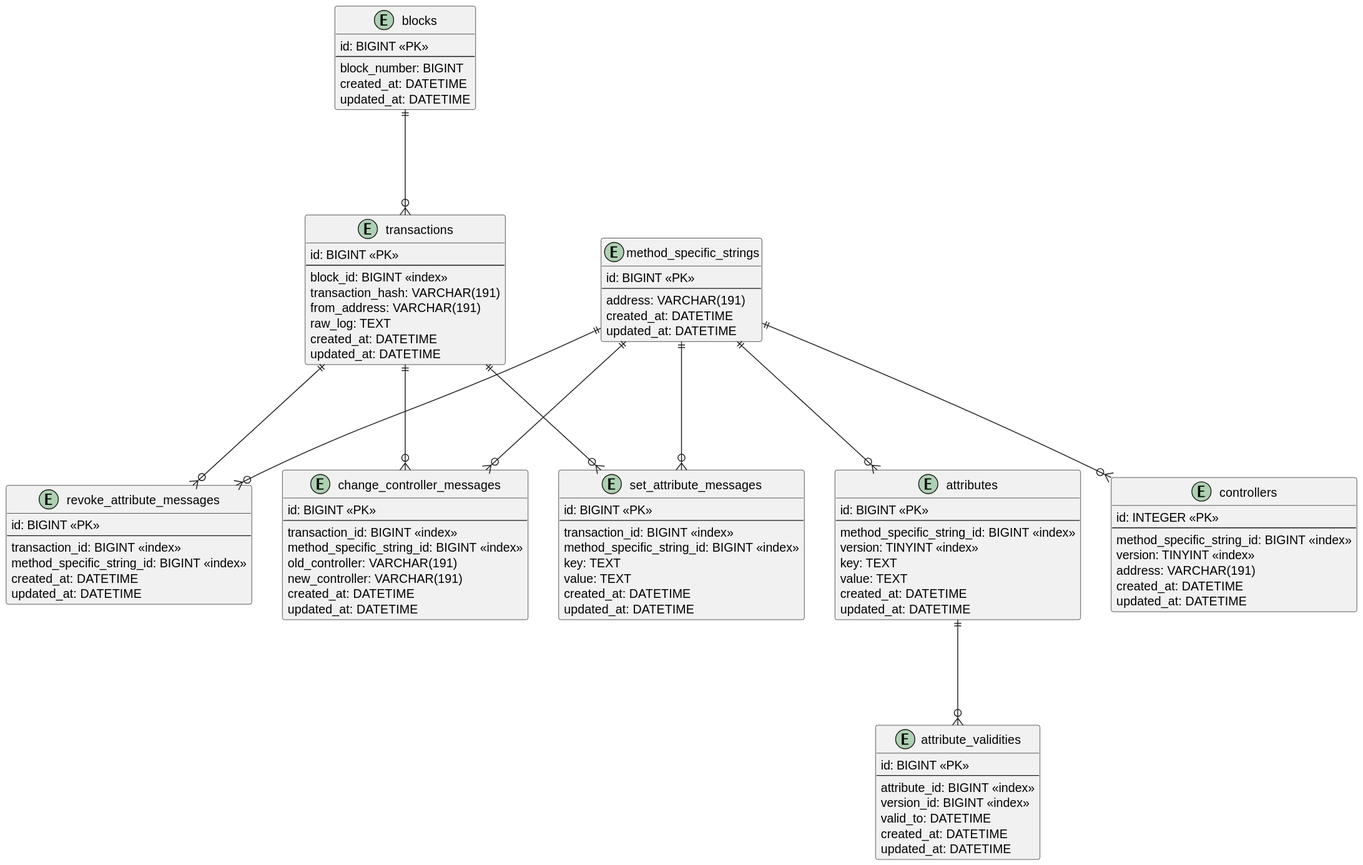
Earlier version of the PlantUML export docs/database.svg (EG-easy/grano-did-exporter).
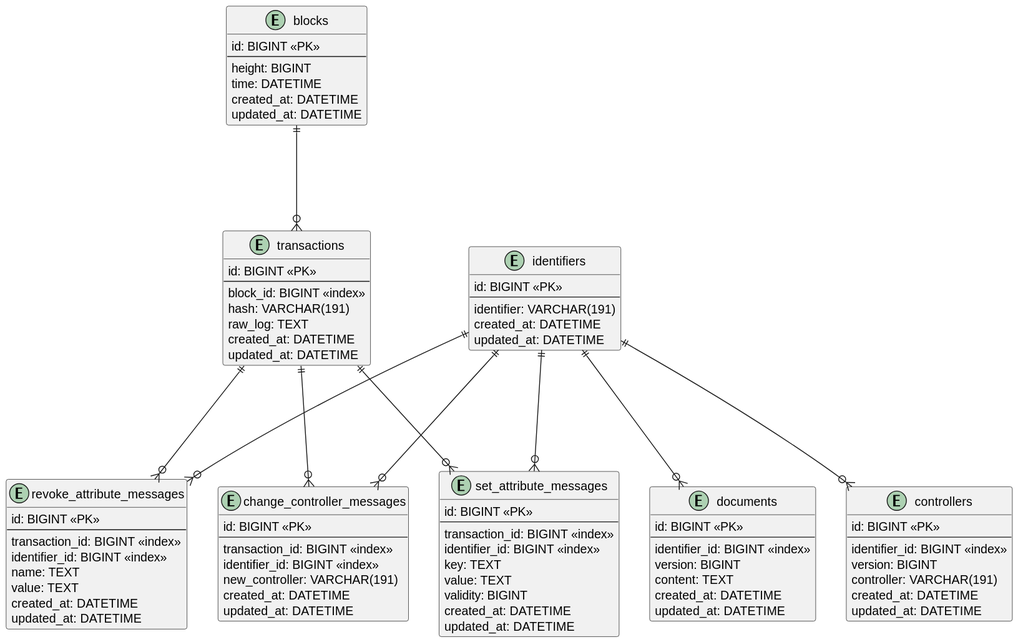
After the change.

Diff of the diagram source:
```diff
@@ -3,7 +3,8 @@
 entity blocks {
   id: BIGINT <<PK>>
   --
-  block_number: BIGINT
+  height: BIGINT
+  time: DATETIME
   created_at: DATETIME
   updated_at: DATETIME
 }
@@ -12,17 +13,16 @@
   id: BIGINT <<PK>>
   --
   block_id: BIGINT <<index>>
-  transaction_hash: VARCHAR(191)
-  from_address: VARCHAR(191)
+  hash: VARCHAR(191)
   raw_log: TEXT
   created_at: DATETIME
   updated_at: DATETIME
 }
 
-entity method_specific_strings {
+entity identifiers {
   id: BIGINT <<PK>>
   --
-  address: VARCHAR(191)
+  identifier: VARCHAR(191)
   created_at: DATETIME
   updated_at: DATETIME
 }
@@ -31,8 +31,7 @@
   id: BIGINT <<PK>>
   --
   transaction_id: BIGINT <<index>>
-  method_specific_string_id: BIGINT <<index>>
-  old_controller: VARCHAR(191)
+  identifier_id: BIGINT <<index>>
   new_controller: VARCHAR(191)
   created_at: DATETIME
   updated_at: DATETIME
@@ -42,9 +41,10 @@
   id: BIGINT <<PK>>
   --
   transaction_id: BIGINT <<index>>
-  method_specific_string_id: BIGINT <<index>>
+  identifier_id: BIGINT <<index>>
   key: TEXT
   value: TEXT
+  validity: BIGINT
   created_at: DATETIME
   updated_at: DATETIME
 }
@@ -53,38 +53,29 @@
   id: BIGINT <<PK>>
   --
   transaction_id: BIGINT <<index>>
-  method_specific_string_id: BIGINT <<index>>
+  identifier_id: BIGINT <<index>>
+  name: TEXT
+  value: TEXT
   created_at: DATETIME
   updated_at: DATETIME
 }
 
 entity controllers {
-  id: INTEGER <<PK>>
+  id: BIGINT <<PK>>
   --
-  method_specific_string_id: BIGINT <<index>>
-  version: TINYINT <<index>>
-  address: VARCHAR(191)
+  identifier_id: BIGINT <<index>>
+  version: BIGINT
+  controller: VARCHAR(191)
   created_at: DATETIME
   updated_at: DATETIME
 }
 
-entity attributes {
+entity documents {
   id: BIGINT <<PK>>
   --
-  method_specific_string_id: BIGINT <<index>>
-  version: TINYINT <<index>>
-  key: TEXT
-  value: TEXT
-  created_at: DATETIME
-  updated_at: DATETIME
-}
-
-entity attribute_validities {
-  id: BIGINT <<PK>>
-  --
-  attribute_id: BIGINT <<index>>
-  version_id: BIGINT <<index>>
-  valid_to: DATETIME
+  identifier_id: BIGINT <<index>>
+  version: BIGINT
+  content: TEXT
   created_at: DATETIME
   updated_at: DATETIME
 }
@@ -94,12 +85,11 @@
 transactions ||---o{ set_attribute_messages
 transactions ||---o{ revoke_attribute_messages
 
-method_specific_strings ||---o{ change_controller_messages
-method_specific_strings ||---o{ set_attribute_messages
-method_specific_strings ||---o{ revoke_attribute_messages
+identifiers ||---o{ change_controller_messages
+identifiers ||---o{ set_attribute_messages
+identifiers ||---o{ revoke_attribute_messages
 
-method_specific_strings ||---o{ controllers
-method_specific_strings ||---o{ attributes
-attributes ||---o{ attribute_validities
+identifiers ||---o{ controllers
+identifiers ||---o{ documents
 
 @enduml
```
